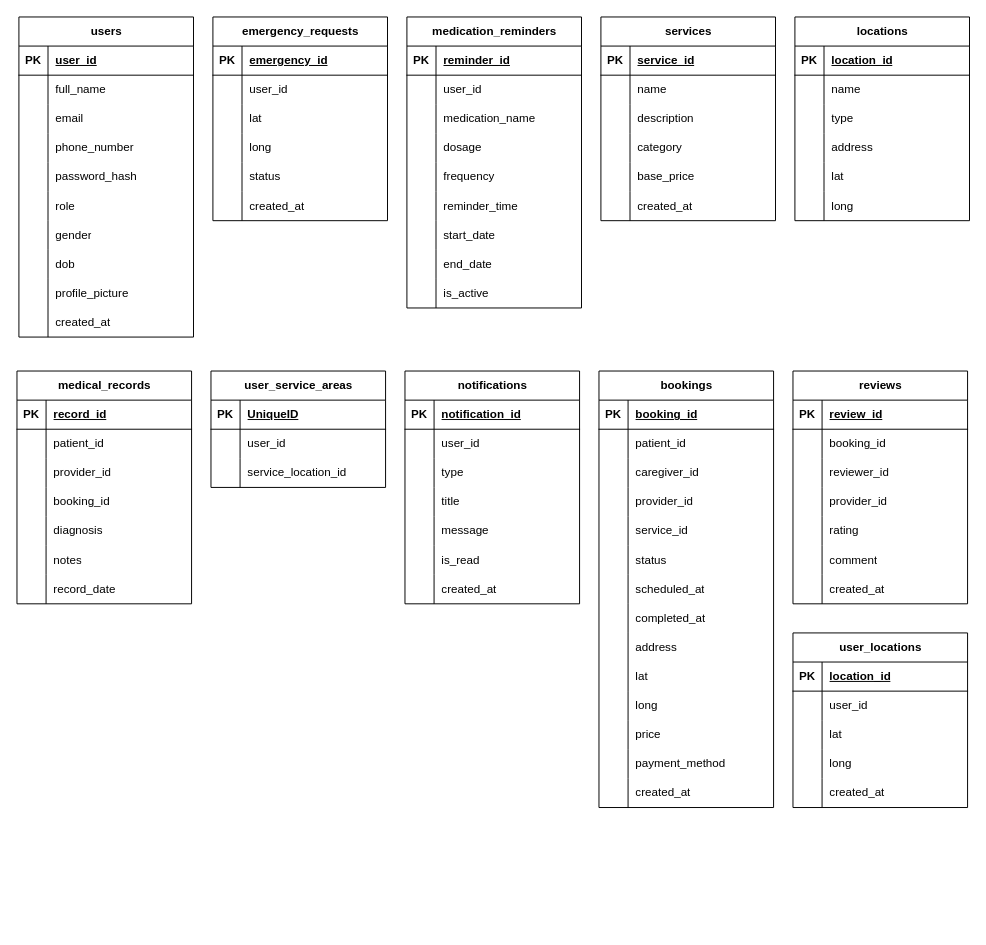
The draw.io diagram Dawi DB.drawio in TacoMaster04/draw.io, before the edit. Source tidied: cells renumbered, new cells numbered last; positions are measured from the earlier drawing's top-left corner, leaving out a move shared by most shapes. Both pictures are drawn from the tidied source at 97%, with x=0, y=0 at pixel (16, 16).
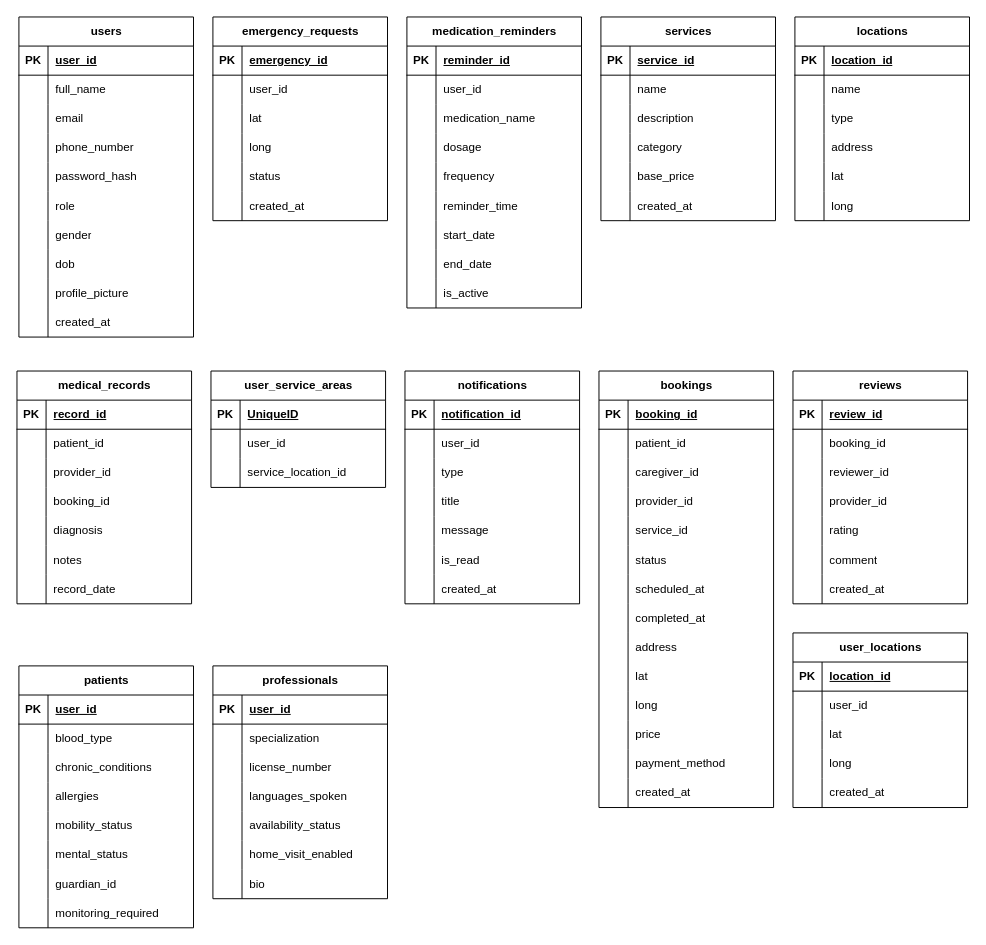
The same diagram, later.

What changed in the source:
```diff
@@
+    <mxCell id="255" value="patients" style="shape=table;startSize=30;childLayout=tableLayout;rowLines=0;fontStyle=1;align=center;html=1;" parent="1" vertex="1">
+      <mxGeometry x="2" y="669" width="180" height="270" as="geometry" />
+    </mxCell>
+    <mxCell id="256" style="shape=tableRow;horizontal=0;startSize=0;swimlaneHead=0;swimlaneBody=0;fillColor=none;top=0;left=0;right=0;bottom=1;" parent="255" vertex="1">
+      <mxGeometry y="30" width="180" height="30" as="geometry" />
+    </mxCell>
+    <mxCell id="257" value="PK" style="shape=partialRectangle;fillColor=none;top=0;left=0;bottom=0;right=0;fontStyle=1;overflow=hidden;whiteSpace=wrap;html=1;" parent="256" vertex="1">
+      <mxGeometry width="30" height="30" as="geometry" />
+    </mxCell>
+    <mxCell id="258" value="user_id" style="shape=partialRectangle;fillColor=none;top=0;left=0;bottom=0;right=0;align=left;spacingLeft=6;fontStyle=5;overflow=hidden;whiteSpace=wrap;html=1;" parent="256" vertex="1">
+      <mxGeometry x="30" width="150" height="30" as="geometry" />
+    </mxCell>
+    <mxCell id="259" style="shape=tableRow;horizontal=0;startSize=0;swimlaneHead=0;swimlaneBody=0;fillColor=none;top=0;left=0;right=0;bottom=0;" parent="255" vertex="1">
+      <mxGeometry y="60" width="180" height="30" as="geometry" />
+    </mxCell>
+    <mxCell id="260" style="shape=partialRectangle;fillColor=none;top=0;left=0;bottom=0;right=0;overflow=hidden;whiteSpace=wrap;html=1;" parent="259" vertex="1">
+      <mxGeometry width="30" height="30" as="geometry" />
+    </mxCell>
+    <mxCell id="261" value="blood_type" style="shape=partialRectangle;fillColor=none;top=0;left=0;bottom=0;right=0;align=left;spacingLeft=6;overflow=hidden;whiteSpace=wrap;html=1;" parent="259" vertex="1">
+      <mxGeometry x="30" width="150" height="30" as="geometry" />
+    </mxCell>
+    <mxCell id="262" style="shape=tableRow;horizontal=0;startSize=0;swimlaneHead=0;swimlaneBody=0;fillColor=none;top=0;left=0;right=0;bottom=0;" parent="255" vertex="1">
+      <mxGeometry y="90" width="180" height="30" as="geometry" />
+    </mxCell>
+    <mxCell id="263" style="shape=partialRectangle;fillColor=none;top=0;left=0;bottom=0;right=0;overflow=hidden;whiteSpace=wrap;html=1;" parent="262" vertex="1">
+      <mxGeometry width="30" height="30" as="geometry" />
+    </mxCell>
+    <mxCell id="264" value="chronic_conditions" style="shape=partialRectangle;fillColor=none;top=0;left=0;bottom=0;right=0;align=left;spacingLeft=6;overflow=hidden;whiteSpace=wrap;html=1;" parent="262" vertex="1">
+      <mxGeometry x="30" width="150" height="30" as="geometry" />
+    </mxCell>
+    <mxCell id="265" style="shape=tableRow;horizontal=0;startSize=0;swimlaneHead=0;swimlaneBody=0;fillColor=none;top=0;left=0;right=0;bottom=0;" parent="255" vertex="1">
+      <mxGeometry y="120" width="180" height="30" as="geometry" />
+    </mxCell>
+    <mxCell id="266" style="shape=partialRectangle;fillColor=none;top=0;left=0;bottom=0;right=0;overflow=hidden;whiteSpace=wrap;html=1;" parent="265" vertex="1">
+      <mxGeometry width="30" height="30" as="geometry" />
+    </mxCell>
+    <mxCell id="267" value="allergies" style="shape=partialRectangle;fillColor=none;top=0;left=0;bottom=0;right=0;align=left;spacingLeft=6;overflow=hidden;whiteSpace=wrap;html=1;" parent="265" vertex="1">
+      <mxGeometry x="30" width="150" height="30" as="geometry" />
+    </mxCell>
+    <mxCell id="268" style="shape=tableRow;horizontal=0;startSize=0;swimlaneHead=0;swimlaneBody=0;fillColor=none;top=0;left=0;right=0;bottom=0;" parent="255" vertex="1">
+      <mxGeometry y="150" width="180" height="30" as="geometry" />
+    </mxCell>
+    <mxCell id="269" style="shape=partialRectangle;fillColor=none;top=0;left=0;bottom=0;right=0;overflow=hidden;whiteSpace=wrap;html=1;" parent="268" vertex="1">
+      <mxGeometry width="30" height="30" as="geometry" />
+    </mxCell>
+    <mxCell id="270" value="mobility_status" style="shape=partialRectangle;fillColor=none;top=0;left=0;bottom=0;right=0;align=left;spacingLeft=6;overflow=hidden;whiteSpace=wrap;html=1;" parent="268" vertex="1">
+      <mxGeometry x="30" width="150" height="30" as="geometry" />
+    </mxCell>
+    <mxCell id="271" style="shape=tableRow;horizontal=0;startSize=0;swimlaneHead=0;swimlaneBody=0;fillColor=none;top=0;left=0;right=0;bottom=0;" parent="255" vertex="1">
+      <mxGeometry y="180" width="180" height="30" as="geometry" />
+    </mxCell>
+    <mxCell id="272" style="shape=partialRectangle;fillColor=none;top=0;left=0;bottom=0;right=0;overflow=hidden;whiteSpace=wrap;html=1;" parent="271" vertex="1">
+      <mxGeometry width="30" height="30" as="geometry" />
+    </mxCell>
+    <mxCell id="273" value="mental_status" style="shape=partialRectangle;fillColor=none;top=0;left=0;bottom=0;right=0;align=left;spacingLeft=6;overflow=hidden;whiteSpace=wrap;html=1;" parent="271" vertex="1">
+      <mxGeometry x="30" width="150" height="30" as="geometry" />
+    </mxCell>
+    <mxCell id="274" style="shape=tableRow;horizontal=0;startSize=0;swimlaneHead=0;swimlaneBody=0;fillColor=none;top=0;left=0;right=0;bottom=0;" parent="255" vertex="1">
+      <mxGeometry y="210" width="180" height="30" as="geometry" />
+    </mxCell>
+    <mxCell id="275" style="shape=partialRectangle;fillColor=none;top=0;left=0;bottom=0;right=0;overflow=hidden;whiteSpace=wrap;html=1;" parent="274" vertex="1">
+      <mxGeometry width="30" height="30" as="geometry" />
+    </mxCell>
+    <mxCell id="276" value="guardian_id" style="shape=partialRectangle;fillColor=none;top=0;left=0;bottom=0;right=0;align=left;spacingLeft=6;overflow=hidden;whiteSpace=wrap;html=1;" parent="274" vertex="1">
+      <mxGeometry x="30" width="150" height="30" as="geometry" />
+    </mxCell>
+    <mxCell id="277" style="shape=tableRow;horizontal=0;startSize=0;swimlaneHead=0;swimlaneBody=0;fillColor=none;top=0;left=0;right=0;bottom=0;" parent="255" vertex="1">
+      <mxGeometry y="240" width="180" height="30" as="geometry" />
+    </mxCell>
+    <mxCell id="278" style="shape=partialRectangle;fillColor=none;top=0;left=0;bottom=0;right=0;overflow=hidden;whiteSpace=wrap;html=1;" parent="277" vertex="1">
+      <mxGeometry width="30" height="30" as="geometry" />
+    </mxCell>
+    <mxCell id="279" value="monitoring_required" style="shape=partialRectangle;fillColor=none;top=0;left=0;bottom=0;right=0;align=left;spacingLeft=6;overflow=hidden;whiteSpace=wrap;html=1;" parent="277" vertex="1">
+      <mxGeometry x="30" width="150" height="30" as="geometry" />
+    </mxCell>
+    <mxCell id="280" value="professionals" style="shape=table;startSize=30;childLayout=tableLayout;rowLines=0;fontStyle=1;align=center;html=1;" parent="1" vertex="1">
+      <mxGeometry x="202" y="669" width="180" height="240" as="geometry" />
+    </mxCell>
+    <mxCell id="281" style="shape=tableRow;horizontal=0;startSize=0;swimlaneHead=0;swimlaneBody=0;fillColor=none;top=0;left=0;right=0;bottom=1;" parent="280" vertex="1">
+      <mxGeometry y="30" width="180" height="30" as="geometry" />
+    </mxCell>
+    <mxCell id="282" value="PK" style="shape=partialRectangle;fillColor=none;top=0;left=0;bottom=0;right=0;fontStyle=1;overflow=hidden;whiteSpace=wrap;html=1;" parent="281" vertex="1">
+      <mxGeometry width="30" height="30" as="geometry" />
+    </mxCell>
+    <mxCell id="283" value="user_id" style="shape=partialRectangle;fillColor=none;top=0;left=0;bottom=0;right=0;align=left;spacingLeft=6;fontStyle=5;overflow=hidden;whiteSpace=wrap;html=1;" parent="281" vertex="1">
+      <mxGeometry x="30" width="150" height="30" as="geometry" />
+    </mxCell>
+    <mxCell id="284" style="shape=tableRow;horizontal=0;startSize=0;swimlaneHead=0;swimlaneBody=0;fillColor=none;top=0;left=0;right=0;bottom=0;" parent="280" vertex="1">
+      <mxGeometry y="60" width="180" height="30" as="geometry" />
+    </mxCell>
+    <mxCell id="285" style="shape=partialRectangle;fillColor=none;top=0;left=0;bottom=0;right=0;overflow=hidden;whiteSpace=wrap;html=1;" parent="284" vertex="1">
+      <mxGeometry width="30" height="30" as="geometry" />
+    </mxCell>
+    <mxCell id="286" value="specialization" style="shape=partialRectangle;fillColor=none;top=0;left=0;bottom=0;right=0;align=left;spacingLeft=6;overflow=hidden;whiteSpace=wrap;html=1;" parent="284" vertex="1">
+      <mxGeometry x="30" width="150" height="30" as="geometry" />
+    </mxCell>
+    <mxCell id="287" style="shape=tableRow;horizontal=0;startSize=0;swimlaneHead=0;swimlaneBody=0;fillColor=none;top=0;left=0;right=0;bottom=0;" parent="280" vertex="1">
+      <mxGeometry y="90" width="180" height="30" as="geometry" />
+    </mxCell>
+    <mxCell id="288" style="shape=partialRectangle;fillColor=none;top=0;left=0;bottom=0;right=0;overflow=hidden;whiteSpace=wrap;html=1;" parent="287" vertex="1">
+      <mxGeometry width="30" height="30" as="geometry" />
+    </mxCell>
+    <mxCell id="289" value="license_number" style="shape=partialRectangle;fillColor=none;top=0;left=0;bottom=0;right=0;align=left;spacingLeft=6;overflow=hidden;whiteSpace=wrap;html=1;" parent="287" vertex="1">
+      <mxGeometry x="30" width="150" height="30" as="geometry" />
+    </mxCell>
+    <mxCell id="290" style="shape=tableRow;horizontal=0;startSize=0;swimlaneHead=0;swimlaneBody=0;fillColor=none;top=0;left=0;right=0;bottom=0;" parent="280" vertex="1">
+      <mxGeometry y="120" width="180" height="30" as="geometry" />
+    </mxCell>
+    <mxCell id="291" style="shape=partialRectangle;fillColor=none;top=0;left=0;bottom=0;right=0;overflow=hidden;whiteSpace=wrap;html=1;" parent="290" vertex="1">
+      <mxGeometry width="30" height="30" as="geometry" />
+    </mxCell>
+    <mxCell id="292" value="languages_spoken" style="shape=partialRectangle;fillColor=none;top=0;left=0;bottom=0;right=0;align=left;spacingLeft=6;overflow=hidden;whiteSpace=wrap;html=1;" parent="290" vertex="1">
+      <mxGeometry x="30" width="150" height="30" as="geometry" />
+    </mxCell>
+    <mxCell id="293" style="shape=tableRow;horizontal=0;startSize=0;swimlaneHead=0;swimlaneBody=0;fillColor=none;top=0;left=0;right=0;bottom=0;" parent="280" vertex="1">
+      <mxGeometry y="150" width="180" height="30" as="geometry" />
+    </mxCell>
+    <mxCell id="294" style="shape=partialRectangle;fillColor=none;top=0;left=0;bottom=0;right=0;overflow=hidden;whiteSpace=wrap;html=1;" parent="293" vertex="1">
+      <mxGeometry width="30" height="30" as="geometry" />
+    </mxCell>
+    <mxCell id="295" value="availability_status" style="shape=partialRectangle;fillColor=none;top=0;left=0;bottom=0;right=0;align=left;spacingLeft=6;overflow=hidden;whiteSpace=wrap;html=1;" parent="293" vertex="1">
+      <mxGeometry x="30" width="150" height="30" as="geometry" />
+    </mxCell>
+    <mxCell id="296" style="shape=tableRow;horizontal=0;startSize=0;swimlaneHead=0;swimlaneBody=0;fillColor=none;top=0;left=0;right=0;bottom=0;" parent="280" vertex="1">
+      <mxGeometry y="180" width="180" height="30" as="geometry" />
+    </mxCell>
+    <mxCell id="297" style="shape=partialRectangle;fillColor=none;top=0;left=0;bottom=0;right=0;overflow=hidden;whiteSpace=wrap;html=1;" parent="296" vertex="1">
+      <mxGeometry width="30" height="30" as="geometry" />
+    </mxCell>
+    <mxCell id="298" value="home_visit_enabled" style="shape=partialRectangle;fillColor=none;top=0;left=0;bottom=0;right=0;align=left;spacingLeft=6;overflow=hidden;whiteSpace=wrap;html=1;" parent="296" vertex="1">
+      <mxGeometry x="30" width="150" height="30" as="geometry" />
+    </mxCell>
+    <mxCell id="299" style="shape=tableRow;horizontal=0;startSize=0;swimlaneHead=0;swimlaneBody=0;fillColor=none;top=0;left=0;right=0;bottom=0;" parent="280" vertex="1">
+      <mxGeometry y="210" width="180" height="30" as="geometry" />
+    </mxCell>
+    <mxCell id="300" style="shape=partialRectangle;fillColor=none;top=0;left=0;bottom=0;right=0;overflow=hidden;whiteSpace=wrap;html=1;" parent="299" vertex="1">
+      <mxGeometry width="30" height="30" as="geometry" />
+    </mxCell>
+    <mxCell id="301" value="bio" style="shape=partialRectangle;fillColor=none;top=0;left=0;bottom=0;right=0;align=left;spacingLeft=6;overflow=hidden;whiteSpace=wrap;html=1;" parent="299" vertex="1">
+      <mxGeometry x="30" width="150" height="30" as="geometry" />
+    </mxCell>
```
